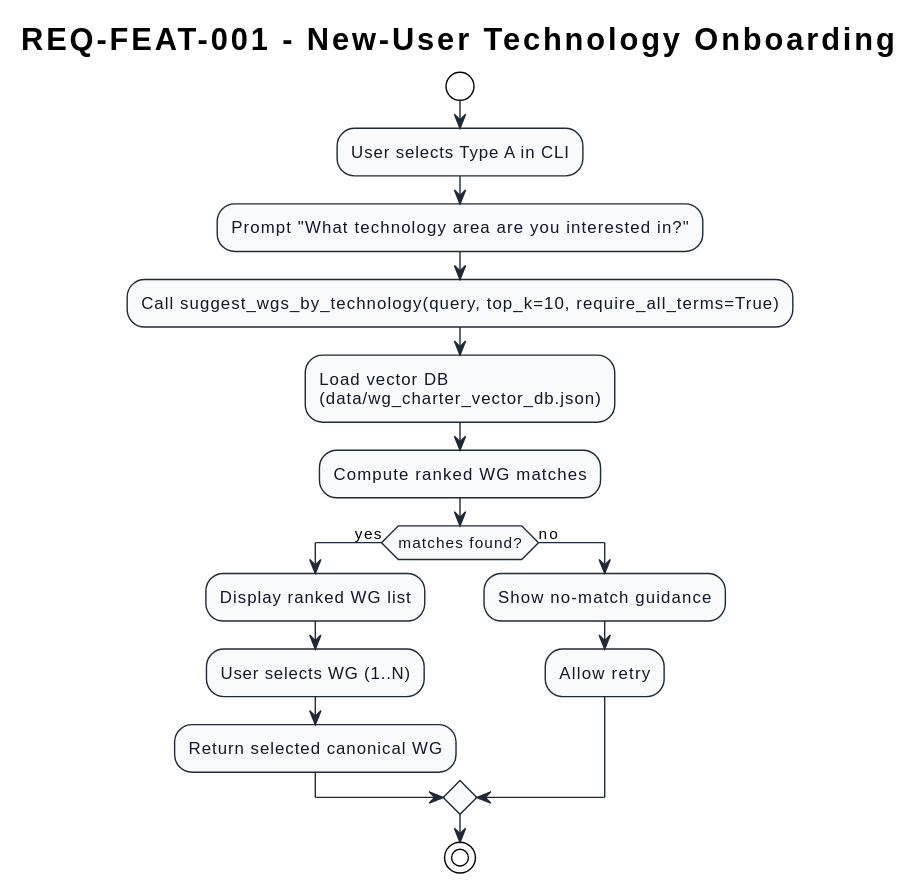
Before: docs/design-docs/diagrams/req-feat-001-flow.svg, a diagram exported from PlantUML (addogra/IETF-Learning-Tools). Its diagram source:
```plantuml
@startuml
!theme plain
skinparam backgroundColor #FFFFFF
skinparam defaultFontName Helvetica
skinparam ArrowColor #1F2937
skinparam activity {
  FontColor #111827
  BorderColor #1F2937
  BackgroundColor #F9FAFB
}
title REQ-FEAT-001 - New-User Technology Onboarding
start
:User selects Type A in CLI;
:Prompt "What technology area are you interested in?";
:Call suggest_wgs_by_technology(query, top_k=10, require_all_terms=True);
:Load vector DB\n(data/wg_charter_vector_db.json);
:Compute ranked WG matches;
if (matches found?) then (yes)
  :Display ranked WG list;
  :User selects WG (1..N);
  :Return selected canonical WG;
else (no)
  :Show no-match guidance;
  :Allow retry;
endif
stop
@enduml
```
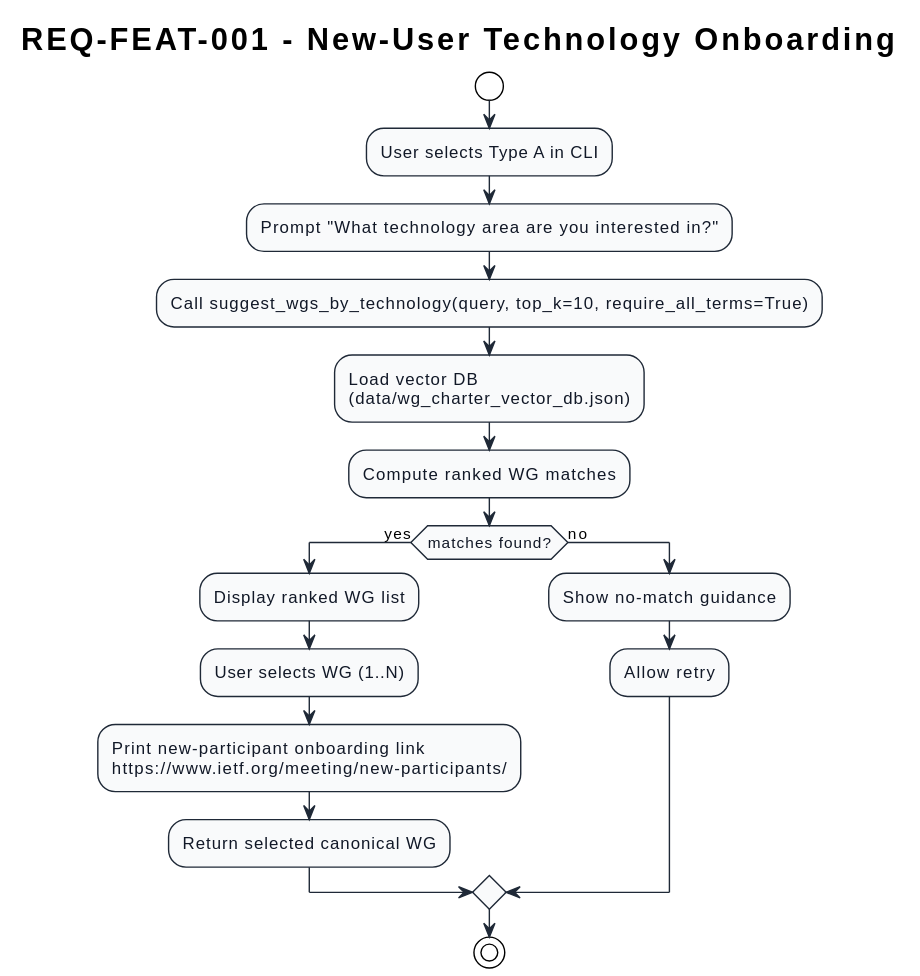
The same diagram one commit later.

Change to the diagram source:
```diff
@@ -18,6 +18,7 @@
 if (matches found?) then (yes)
   :Display ranked WG list;
   :User selects WG (1..N);
+  :Print new-participant onboarding link\nhttps://www.ietf.org/meeting/new-participants/;
   :Return selected canonical WG;
 else (no)
   :Show no-match guidance;
```
